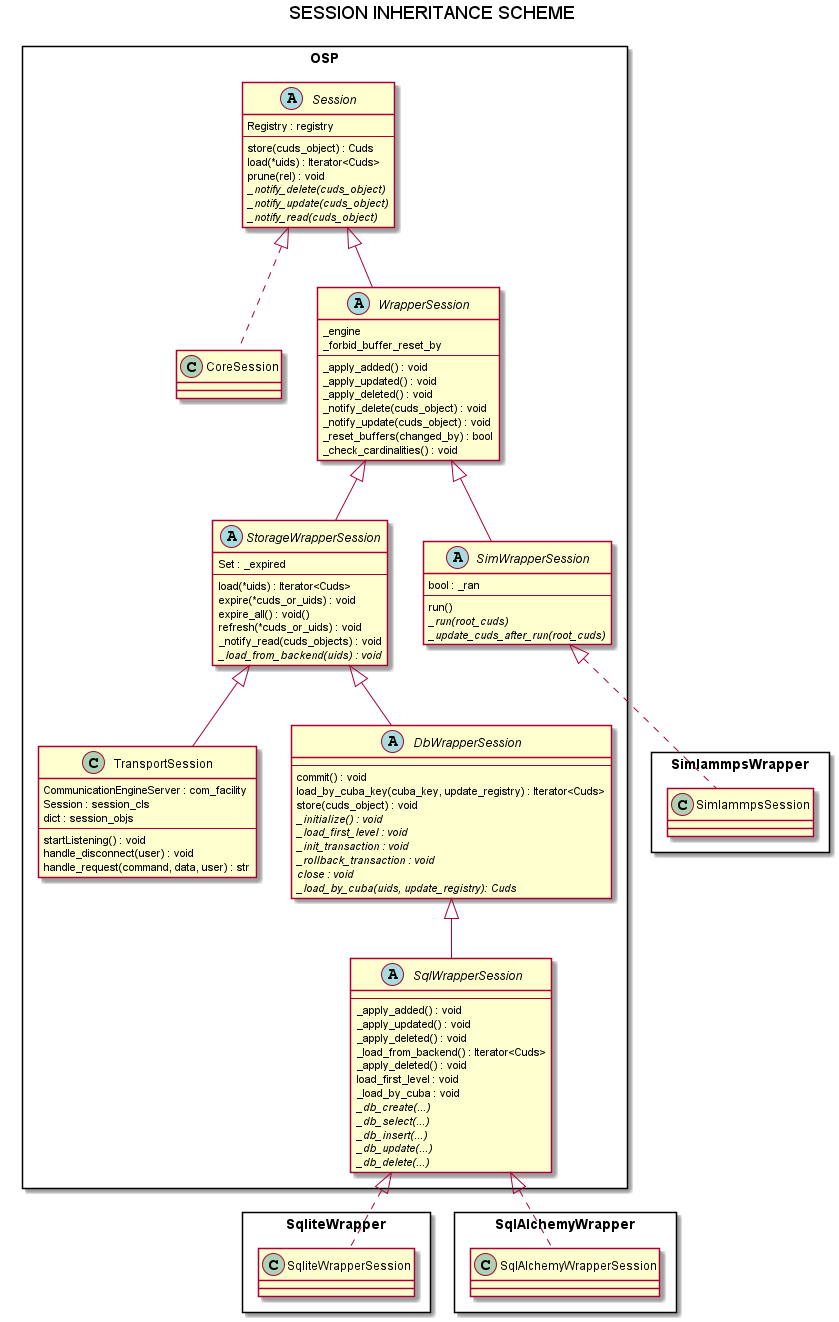
Earlier version of the PlantUML export img/session_inheritance_scheme.png (simphony/wrapper-development). Source of this version:
```plantuml
@startuml
  allow_mixing
  skinparam packageStyle rectangle
  title SESSION INHERITANCE SCHEME

  namespace OSP {
    abstract class Session {
      Registry : registry
      --
      store(cuds_object) : Cuds
      load(*uids) : Iterator<Cuds>
      prune(rel) : void
      {abstract}_notify_delete(cuds_object)
      {abstract}_notify_update(cuds_object)
      {abstract}_notify_read(cuds_object)
    }

    class CoreSession implements Session {
    }

    abstract class WrapperSession extends Session {
      _engine
      _forbid_buffer_reset_by
      --
      _apply_added() : void
      _apply_updated() : void
      _apply_deleted() : void
      _notify_delete(cuds_object) : void
      _notify_update(cuds_object) : void
      _reset_buffers(changed_by) : bool
      _check_cardinalities() : void
    }

    abstract class StorageWrapperSession extends WrapperSession {
      Set : _expired
      --
      load(*uids) : Iterator<Cuds>
      expire(*cuds_or_uids) : void
      expire_all() : void()
      refresh(*cuds_or_uids) : void
      _notify_read(cuds_objects) : void
      {abstract}_load_from_backend(uids) : void
    }

    class TransportSession extends StorageWrapperSession {
      CommunicationEngineServer : com_facility
      Session : session_cls
      dict : session_objs
      --
      startListening() : void
      handle_disconnect(user) : void
      handle_request(command, data, user) : str
    }

    abstract class DbWrapperSession extends StorageWrapperSession {
      --
      commit() : void
      load_by_cuba_key(cuba_key, update_registry) : Iterator<Cuds>
      store(cuds_object) : void
      {abstract}_initialize() : void
      {abstract}_load_first_level : void
      {abstract}_init_transaction : void
      {abstract}_rollback_transaction : void
      {abstract}close : void
      {abstract}_load_by_cuba(uids, update_registry): Cuds
    }

    abstract class SqlWrapperSession extends DbWrapperSession {
      --
      _apply_added() : void
      _apply_updated() : void
      _apply_deleted() : void
      _load_from_backend() : Iterator<Cuds>
      _apply_deleted() : void
      load_first_level : void
      _load_by_cuba : void
      {abstract}_db_create(...)
      {abstract}_db_select(...)
      {abstract}_db_insert(...)
      {abstract}_db_update(...)
      {abstract}_db_delete(...)
    }

    abstract class SimWrapperSession extends WrapperSession {
      bool : _ran
      --
      run()
      {abstract}_run(root_cuds)
      {abstract}_update_cuds_after_run(root_cuds)
    }
  }

  namespace SqliteWrapper {
    class SqliteWrapperSession implements OSP.SqlWrapperSession {
    }
  }

  namespace SqlAlchemyWrapper {
    class SqlAlchemyWrapperSession implements OSP.SqlWrapperSession {
    }
  }

  namespace SimlammpsWrapper {
    class SimlammpsSession implements OSP.SimWrapperSession {
    }
  }

  @enduml
```
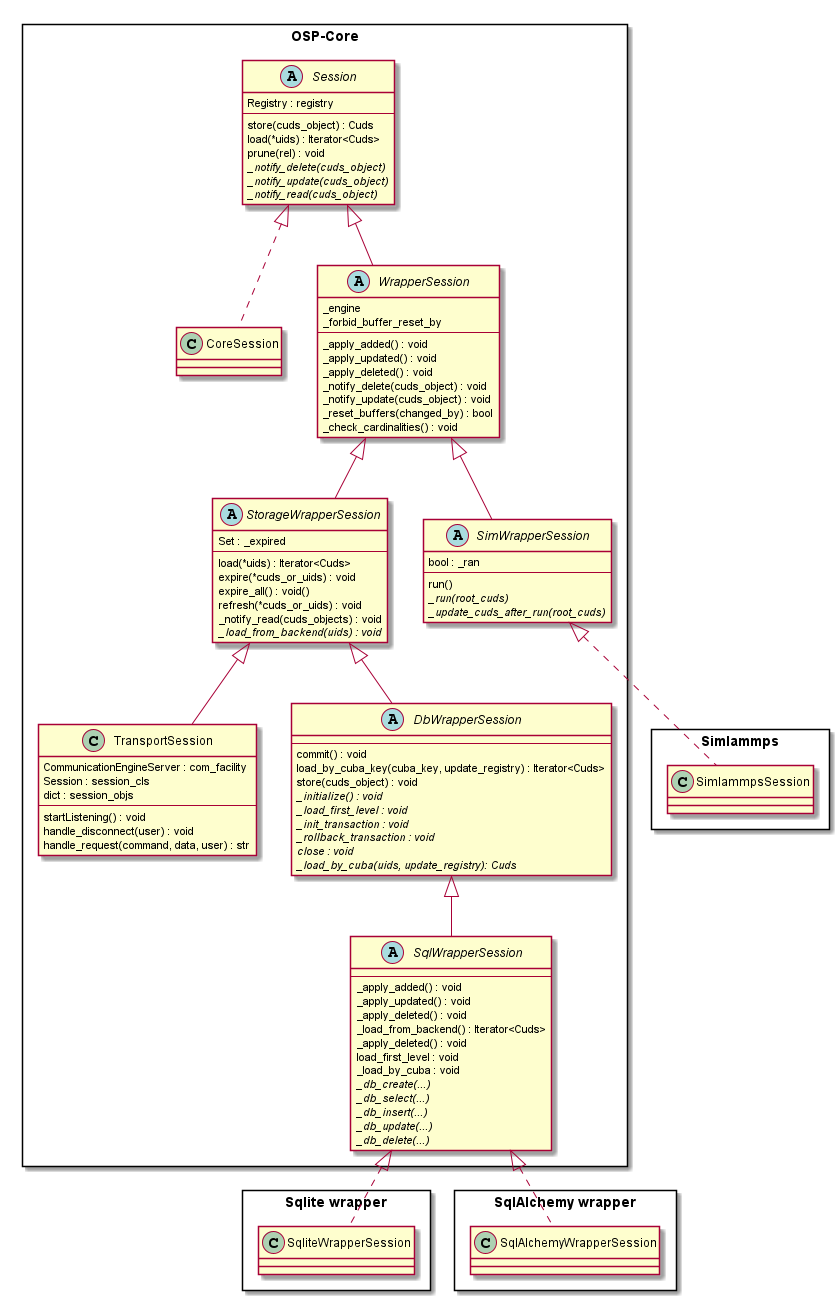
After the change.

The edit, as a diff of the source:
```diff
@@ -1,108 +1,103 @@
 @startuml
-  allow_mixing
-  skinparam packageStyle rectangle
-  title SESSION INHERITANCE SCHEME
-
-  namespace OSP {
-    abstract class Session {
-      Registry : registry
-      --
-      store(cuds_object) : Cuds
-      load(*uids) : Iterator<Cuds>
-      prune(rel) : void
-      {abstract}_notify_delete(cuds_object)
-      {abstract}_notify_update(cuds_object)
-      {abstract}_notify_read(cuds_object)
-    }
-
-    class CoreSession implements Session {
-    }
-
-    abstract class WrapperSession extends Session {
-      _engine
-      _forbid_buffer_reset_by
-      --
-      _apply_added() : void
-      _apply_updated() : void
-      _apply_deleted() : void
-      _notify_delete(cuds_object) : void
-      _notify_update(cuds_object) : void
-      _reset_buffers(changed_by) : bool
-      _check_cardinalities() : void
-    }
-
-    abstract class StorageWrapperSession extends WrapperSession {
-      Set : _expired
-      --
-      load(*uids) : Iterator<Cuds>
-      expire(*cuds_or_uids) : void
-      expire_all() : void()
-      refresh(*cuds_or_uids) : void
-      _notify_read(cuds_objects) : void
-      {abstract}_load_from_backend(uids) : void
-    }
-
-    class TransportSession extends StorageWrapperSession {
-      CommunicationEngineServer : com_facility
-      Session : session_cls
-      dict : session_objs
-      --
-      startListening() : void
-      handle_disconnect(user) : void
-      handle_request(command, data, user) : str
-    }
-
-    abstract class DbWrapperSession extends StorageWrapperSession {
-      --
-      commit() : void
-      load_by_cuba_key(cuba_key, update_registry) : Iterator<Cuds>
-      store(cuds_object) : void
-      {abstract}_initialize() : void
-      {abstract}_load_first_level : void
-      {abstract}_init_transaction : void
-      {abstract}_rollback_transaction : void
-      {abstract}close : void
-      {abstract}_load_by_cuba(uids, update_registry): Cuds
-    }
-
-    abstract class SqlWrapperSession extends DbWrapperSession {
-      --
-      _apply_added() : void
-      _apply_updated() : void
-      _apply_deleted() : void
-      _load_from_backend() : Iterator<Cuds>
-      _apply_deleted() : void
-      load_first_level : void
-      _load_by_cuba : void
-      {abstract}_db_create(...)
-      {abstract}_db_select(...)
-      {abstract}_db_insert(...)
-      {abstract}_db_update(...)
-      {abstract}_db_delete(...)
-    }
-
-    abstract class SimWrapperSession extends WrapperSession {
-      bool : _ran
-      --
-      run()
-      {abstract}_run(root_cuds)
-      {abstract}_update_cuds_after_run(root_cuds)
-    }
+rectangle "OSP-Core" as OSP {
+  abstract class Session {
+    Registry : registry
+    --
+    store(cuds_object) : Cuds
+    load(*uids) : Iterator<Cuds>
+    prune(rel) : void
+    {abstract}_notify_delete(cuds_object)
+    {abstract}_notify_update(cuds_object)
+    {abstract}_notify_read(cuds_object)
   }
 
-  namespace SqliteWrapper {
-    class SqliteWrapperSession implements OSP.SqlWrapperSession {
-    }
+  class CoreSession implements Session {
   }
 
-  namespace SqlAlchemyWrapper {
-    class SqlAlchemyWrapperSession implements OSP.SqlWrapperSession {
-    }
+  abstract class WrapperSession extends Session {
+    _engine
+    _forbid_buffer_reset_by
+    --
+    _apply_added() : void
+    _apply_updated() : void
+    _apply_deleted() : void
+    _notify_delete(cuds_object) : void
+    _notify_update(cuds_object) : void
+    _reset_buffers(changed_by) : bool
+    _check_cardinalities() : void
   }
 
-  namespace SimlammpsWrapper {
-    class SimlammpsSession implements OSP.SimWrapperSession {
-    }
+  abstract class StorageWrapperSession extends WrapperSession {
+    Set : _expired
+    --
+    load(*uids) : Iterator<Cuds>
+    expire(*cuds_or_uids) : void
+    expire_all() : void()
+    refresh(*cuds_or_uids) : void
+    _notify_read(cuds_objects) : void
+    {abstract}_load_from_backend(uids) : void
   }
 
-  @enduml
+  class TransportSession extends StorageWrapperSession {
+    CommunicationEngineServer : com_facility
+    Session : session_cls
+    dict : session_objs
+    --
+    startListening() : void
+    handle_disconnect(user) : void
+    handle_request(command, data, user) : str
+  }
+
+  abstract class DbWrapperSession extends StorageWrapperSession {
+    --
+    commit() : void
+    load_by_cuba_key(cuba_key, update_registry) : Iterator<Cuds>
+    store(cuds_object) : void
+    {abstract}_initialize() : void
+    {abstract}_load_first_level : void
+    {abstract}_init_transaction : void
+    {abstract}_rollback_transaction : void
+    {abstract}close : void
+    {abstract}_load_by_cuba(uids, update_registry): Cuds
+  }
+
+  abstract class SqlWrapperSession extends DbWrapperSession {
+    --
+    _apply_added() : void
+    _apply_updated() : void
+    _apply_deleted() : void
+    _load_from_backend() : Iterator<Cuds>
+    _apply_deleted() : void
+    load_first_level : void
+    _load_by_cuba : void
+    {abstract}_db_create(...)
+    {abstract}_db_select(...)
+    {abstract}_db_insert(...)
+    {abstract}_db_update(...)
+    {abstract}_db_delete(...)
+  }
+
+  abstract class SimWrapperSession extends WrapperSession {
+    bool : _ran
+    --
+    run()
+    {abstract}_run(root_cuds)
+    {abstract}_update_cuds_after_run(root_cuds)
+  }
+}
+
+rectangle "Sqlite wrapper" as sqlite {
+  class SqliteWrapperSession implements SqlWrapperSession {
+  }
+}
+
+rectangle "SqlAlchemy wrapper" as sqlalchemy {
+  class SqlAlchemyWrapperSession implements SqlWrapperSession {
+  }
+}
+
+rectangle "Simlammps" as simlammps {
+  class SimlammpsSession implements SimWrapperSession {
+  }
+}
+@enduml
```
